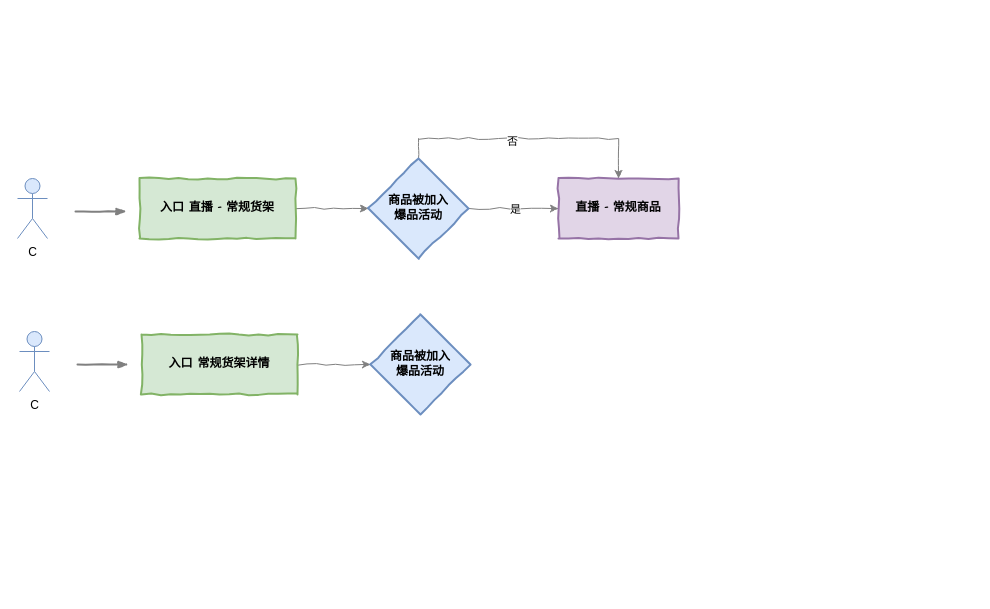
Above: 推圈-商品详情扭转.drawio in chenyz/EGOTableViewPullRefresh (draw.io), before the change. Source tidied: cells renumbered, new cells numbered last; positions are measured from the earlier drawing's top-left corner, leaving out a move shared by most shapes. Both pictures are drawn from the tidied source at 100%, with x=0, y=0 at pixel (17, 158).
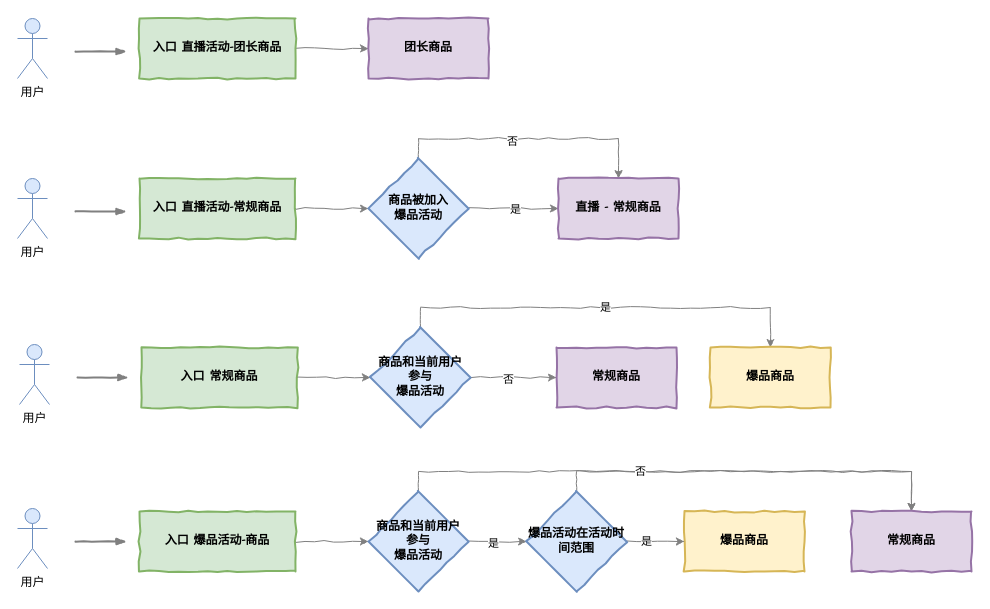
After the change.

Commit message (it also covers changes not shown here):
更新推圈-商品详情扭转.drawio

Change to the diagram source:
```diff
@@
-    <mxCell id="3" value="入口 直播 - 常规货架" style="html=1;whiteSpace=wrap;comic=1;strokeWidth=2;fontFamily=Comic Sans MS;fontStyle=1;fillColor=#d5e8d4;strokeColor=#82b366;" parent="1" vertex="1">
+    <mxCell id="3" value="入口 直播活动-常规商品" style="html=1;whiteSpace=wrap;comic=1;strokeWidth=2;fontFamily=Comic Sans MS;fontStyle=1;fillColor=#d5e8d4;strokeColor=#82b366;" parent="1" vertex="1">
       <mxGeometry x="122" y="20" width="156" height="60" as="geometry" />
     </mxCell>
-    <mxCell id="4" value="C" style="shape=umlActor;verticalLabelPosition=bottom;labelBackgroundColor=#ffffff;verticalAlign=top;html=1;fillColor=#dae8fc;strokeColor=#6c8ebf;" parent="1" vertex="1">
+    <mxCell id="4" value="用户" style="shape=umlActor;verticalLabelPosition=bottom;labelBackgroundColor=#ffffff;verticalAlign=top;html=1;fillColor=#dae8fc;strokeColor=#6c8ebf;" parent="1" vertex="1">
       <mxGeometry y="20" width="30" height="60" as="geometry" />
     </mxCell>
@@
-    <mxCell id="13" value="入口 常规货架详情" style="html=1;whiteSpace=wrap;comic=1;strokeWidth=2;fontFamily=Comic Sans MS;fontStyle=1;fillColor=#d5e8d4;strokeColor=#82b366;" parent="1" vertex="1">
-      <mxGeometry x="124" y="176" width="156" height="60" as="geometry" />
+    <mxCell id="13" value="入口 常规商品" style="html=1;whiteSpace=wrap;comic=1;strokeWidth=2;fontFamily=Comic Sans MS;fontStyle=1;fillColor=#d5e8d4;strokeColor=#82b366;" parent="1" vertex="1">
+      <mxGeometry x="124" y="189" width="156" height="60" as="geometry" />
     </mxCell>
-    <mxCell id="14" value="C" style="shape=umlActor;verticalLabelPosition=bottom;labelBackgroundColor=#ffffff;verticalAlign=top;html=1;fillColor=#dae8fc;strokeColor=#6c8ebf;" parent="1" vertex="1">
-      <mxGeometry x="2" y="173" width="30" height="60" as="geometry" />
+    <mxCell id="14" value="用户" style="shape=umlActor;verticalLabelPosition=bottom;labelBackgroundColor=#ffffff;verticalAlign=top;html=1;fillColor=#dae8fc;strokeColor=#6c8ebf;" parent="1" vertex="1">
+      <mxGeometry x="2" y="186" width="30" height="60" as="geometry" />
     </mxCell>
     <mxCell id="15" style="rounded=1;comic=1;strokeWidth=2;endArrow=blockThin;html=1;fontFamily=Comic Sans MS;fontStyle=1;strokeColor=#808080;" parent="1" edge="1">
       <mxGeometry relative="1" as="geometry">
-        <mxPoint x="60" y="206" as="sourcePoint" />
-        <mxPoint x="111" y="206" as="targetPoint" />
+        <mxPoint x="60" y="219" as="sourcePoint" />
+        <mxPoint x="111" y="219" as="targetPoint" />
       </mxGeometry>
     </mxCell>
+    <mxCell id="17" style="edgeStyle=orthogonalEdgeStyle;rounded=0;comic=1;jettySize=auto;html=1;exitX=1;exitY=0.5;exitDx=0;exitDy=0;strokeColor=#808080;" parent="1" edge="1" source="16" target="20">
+      <mxGeometry relative="1" as="geometry" />
+    </mxCell>
+    <mxCell id="18" value="否" style="edgeLabel;html=1;align=center;verticalAlign=middle;" parent="17" vertex="1">
+      <mxGeometry x="-0.15" y="-1" relative="1" as="geometry" />
+    </mxCell>
+    <mxCell id="19" value="是" style="edgeStyle=orthogonalEdgeStyle;rounded=0;comic=1;jettySize=auto;html=1;exitX=0.5;exitY=0;exitDx=0;exitDy=0;entryX=0.5;entryY=0;entryDx=0;entryDy=0;strokeColor=#808080;" parent="1" edge="1" source="16" target="21">
+      <mxGeometry relative="1" as="geometry" />
+    </mxCell>
-    <mxCell id="16" value="商品被加入&lt;br&gt;爆品活动" style="rhombus;html=1;align=center;whiteSpace=wrap;comic=1;strokeWidth=2;fontFamily=Comic Sans MS;fontStyle=1;fillColor=#dae8fc;strokeColor=#6c8ebf;" parent="1" vertex="1">
-      <mxGeometry x="353" y="156" width="100" height="100" as="geometry" />
+    <mxCell id="16" value="商品和当前用户&lt;br&gt;参与&lt;br&gt;爆品活动" style="rhombus;html=1;align=center;whiteSpace=wrap;comic=1;strokeWidth=2;fontFamily=Comic Sans MS;fontStyle=1;fillColor=#dae8fc;strokeColor=#6c8ebf;" parent="1" vertex="1">
+      <mxGeometry x="353" y="169" width="100" height="100" as="geometry" />
     </mxCell>
+    <mxCell id="20" value="常规商品" style="html=1;whiteSpace=wrap;comic=1;strokeWidth=2;fontFamily=Comic Sans MS;fontStyle=1;fillColor=#e1d5e7;strokeColor=#9673a6;" parent="1" vertex="1">
+      <mxGeometry x="539" y="189" width="120" height="60" as="geometry" />
+    </mxCell>
+    <mxCell id="21" value="爆品商品" style="html=1;whiteSpace=wrap;comic=1;strokeWidth=2;fontFamily=Comic Sans MS;fontStyle=1;fillColor=#fff2cc;strokeColor=#d6b656;" parent="1" vertex="1">
+      <mxGeometry x="693" y="189" width="120" height="60" as="geometry" />
+    </mxCell>
+    <mxCell id="22" style="edgeStyle=orthogonalEdgeStyle;rounded=0;comic=1;jettySize=auto;html=1;exitX=1;exitY=0.5;exitDx=0;exitDy=0;entryX=0;entryY=0.5;entryDx=0;entryDy=0;strokeColor=#808080;" parent="1" edge="1" source="23" target="29">
+      <mxGeometry relative="1" as="geometry" />
+    </mxCell>
+    <mxCell id="23" value="入口 爆品活动-商品" style="html=1;whiteSpace=wrap;comic=1;strokeWidth=2;fontFamily=Comic Sans MS;fontStyle=1;fillColor=#d5e8d4;strokeColor=#82b366;" parent="1" vertex="1">
+      <mxGeometry x="122" y="353" width="156" height="60" as="geometry" />
+    </mxCell>
+    <mxCell id="24" value="用户" style="shape=umlActor;verticalLabelPosition=bottom;labelBackgroundColor=#ffffff;verticalAlign=top;html=1;fillColor=#dae8fc;strokeColor=#6c8ebf;" parent="1" vertex="1">
+      <mxGeometry y="350" width="30" height="60" as="geometry" />
+    </mxCell>
+    <mxCell id="25" style="rounded=1;comic=1;strokeWidth=2;endArrow=blockThin;html=1;fontFamily=Comic Sans MS;fontStyle=1;strokeColor=#808080;" parent="1" edge="1">
+      <mxGeometry relative="1" as="geometry">
+        <mxPoint x="58" y="383" as="sourcePoint" />
+        <mxPoint x="109" y="383" as="targetPoint" />
+      </mxGeometry>
+    </mxCell>
+    <mxCell id="26" style="edgeStyle=orthogonalEdgeStyle;rounded=0;comic=1;jettySize=auto;html=1;exitX=1;exitY=0.5;exitDx=0;exitDy=0;entryX=0;entryY=0.5;entryDx=0;entryDy=0;strokeColor=#808080;" parent="1" edge="1" source="29" target="35">
+      <mxGeometry relative="1" as="geometry" />
+    </mxCell>
+    <mxCell id="27" value="是" style="edgeLabel;html=1;align=center;verticalAlign=middle;" parent="26" vertex="1">
+      <mxGeometry x="-0.17" y="-1" relative="1" as="geometry" />
+    </mxCell>
+    <mxCell id="28" style="edgeStyle=orthogonalEdgeStyle;rounded=0;comic=1;jettySize=auto;html=1;exitX=0.5;exitY=0;exitDx=0;exitDy=0;entryX=0.5;entryY=0;entryDx=0;entryDy=0;strokeColor=#808080;" parent="1" edge="1" source="29" target="36">
+      <mxGeometry relative="1" as="geometry" />
+    </mxCell>
+    <mxCell id="29" value="商品和当前用户&lt;br&gt;参与&lt;br&gt;爆品活动" style="rhombus;html=1;align=center;whiteSpace=wrap;comic=1;strokeWidth=2;fontFamily=Comic Sans MS;fontStyle=1;fillColor=#dae8fc;strokeColor=#6c8ebf;" parent="1" vertex="1">
+      <mxGeometry x="351" y="333" width="100" height="100" as="geometry" />
+    </mxCell>
+    <mxCell id="30" value="爆品商品" style="html=1;whiteSpace=wrap;comic=1;strokeWidth=2;fontFamily=Comic Sans MS;fontStyle=1;fillColor=#fff2cc;strokeColor=#d6b656;" parent="1" vertex="1">
+      <mxGeometry x="667" y="353" width="120" height="60" as="geometry" />
+    </mxCell>
+    <mxCell id="31" style="edgeStyle=orthogonalEdgeStyle;rounded=0;comic=1;jettySize=auto;html=1;exitX=1;exitY=0.5;exitDx=0;exitDy=0;entryX=0;entryY=0.5;entryDx=0;entryDy=0;strokeColor=#808080;" parent="1" edge="1" source="35" target="30">
+      <mxGeometry relative="1" as="geometry" />
+    </mxCell>
+    <mxCell id="32" value="是" style="edgeLabel;html=1;align=center;verticalAlign=middle;" parent="31" vertex="1">
+      <mxGeometry x="-0.34" y="1" relative="1" as="geometry" />
+    </mxCell>
+    <mxCell id="33" style="edgeStyle=orthogonalEdgeStyle;rounded=0;comic=1;jettySize=auto;html=1;exitX=0.5;exitY=0;exitDx=0;exitDy=0;entryX=0.5;entryY=0;entryDx=0;entryDy=0;strokeColor=#808080;" parent="1" edge="1" source="35" target="36">
+      <mxGeometry relative="1" as="geometry" />
+    </mxCell>
+    <mxCell id="34" value="否" style="edgeLabel;html=1;align=center;verticalAlign=middle;" parent="33" vertex="1">
+      <mxGeometry x="-0.58" y="1" relative="1" as="geometry" />
+    </mxCell>
+    <mxCell id="35" value="爆品活动在活动时间范围" style="rhombus;html=1;align=center;whiteSpace=wrap;comic=1;strokeWidth=2;fontFamily=Comic Sans MS;fontStyle=1;fillColor=#dae8fc;strokeColor=#6c8ebf;" parent="1" vertex="1">
+      <mxGeometry x="509" y="333" width="100" height="100" as="geometry" />
+    </mxCell>
+    <mxCell id="36" value="常规商品" style="html=1;whiteSpace=wrap;comic=1;strokeWidth=2;fontFamily=Comic Sans MS;fontStyle=1;fillColor=#e1d5e7;strokeColor=#9673a6;" parent="1" vertex="1">
+      <mxGeometry x="834" y="353" width="120" height="60" as="geometry" />
+    </mxCell>
+    <mxCell id="37" style="edgeStyle=orthogonalEdgeStyle;rounded=1;comic=1;jettySize=auto;html=1;exitX=1;exitY=0.5;exitDx=0;exitDy=0;strokeColor=#808080;" parent="1" edge="1" source="38" target="41">
+      <mxGeometry relative="1" as="geometry" />
+    </mxCell>
+    <mxCell id="38" value="入口 直播活动-团长商品" style="html=1;whiteSpace=wrap;comic=1;strokeWidth=2;fontFamily=Comic Sans MS;fontStyle=1;fillColor=#d5e8d4;strokeColor=#82b366;" parent="1" vertex="1">
+      <mxGeometry x="122" y="-140" width="156" height="60" as="geometry" />
+    </mxCell>
+    <mxCell id="39" value="用户" style="shape=umlActor;verticalLabelPosition=bottom;labelBackgroundColor=#ffffff;verticalAlign=top;html=1;fillColor=#dae8fc;strokeColor=#6c8ebf;" parent="1" vertex="1">
+      <mxGeometry y="-140" width="30" height="60" as="geometry" />
+    </mxCell>
+    <mxCell id="40" style="rounded=1;comic=1;strokeWidth=2;endArrow=blockThin;html=1;fontFamily=Comic Sans MS;fontStyle=1;strokeColor=#808080;" parent="1" edge="1">
+      <mxGeometry relative="1" as="geometry">
+        <mxPoint x="58" y="-107" as="sourcePoint" />
+        <mxPoint x="109" y="-107" as="targetPoint" />
+      </mxGeometry>
+    </mxCell>
+    <mxCell id="41" value="团长商品" style="html=1;whiteSpace=wrap;comic=1;strokeWidth=2;fontFamily=Comic Sans MS;fontStyle=1;fillColor=#e1d5e7;strokeColor=#9673a6;" parent="1" vertex="1">
+      <mxGeometry x="351" y="-140" width="120" height="60" as="geometry" />
+    </mxCell>
```
